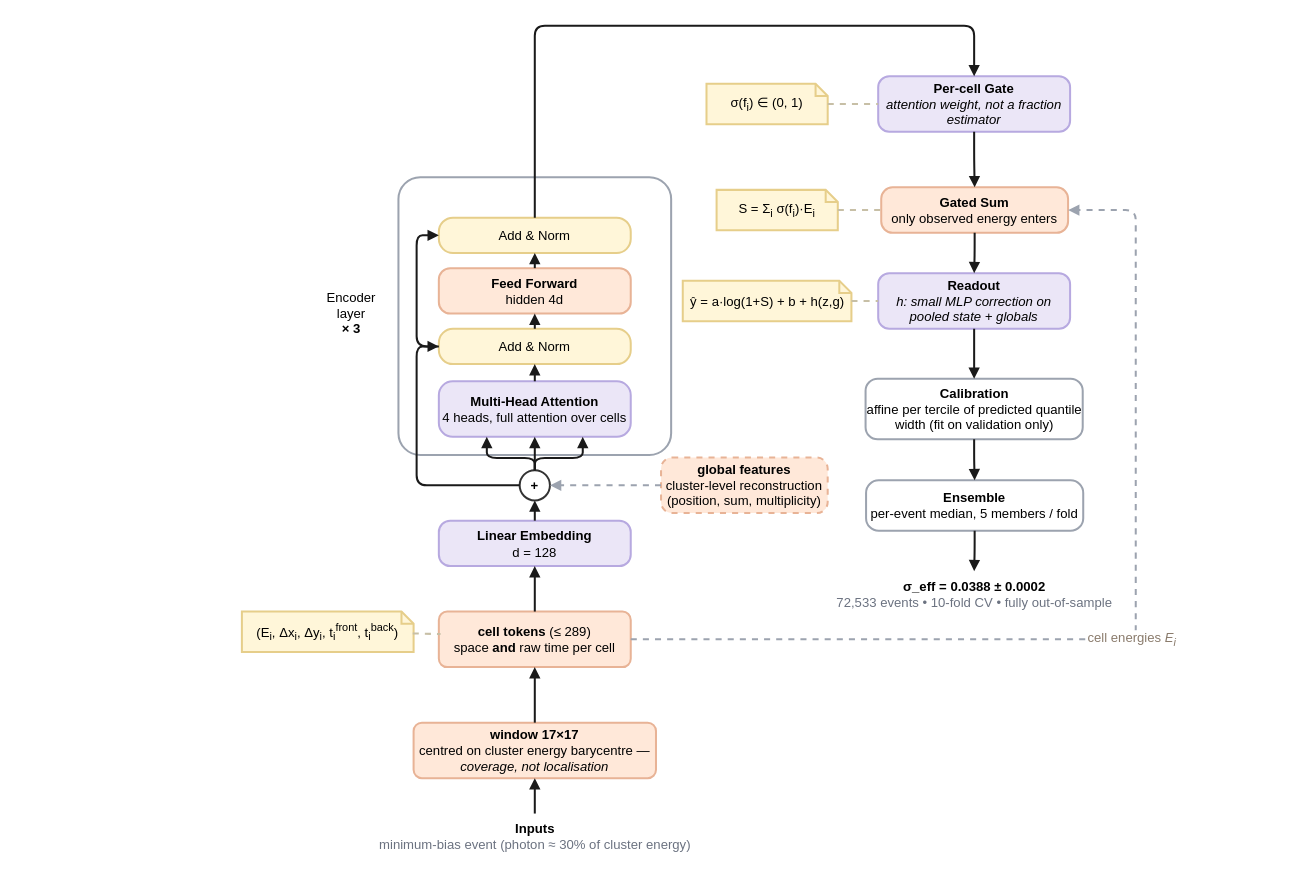
Lworakan/GSoC2026-picocal-spacetime-transformer keeps this draw.io diagram as paper/spacetformer.drawio. Above is the earlier version. Source tidied: cells renumbered, new cells numbered last; positions are measured from the earlier drawing's top-left corner, leaving out a move shared by most shapes. Both pictures are drawn from the tidied source at 101%, with x=0, y=0 at pixel (241, 25).
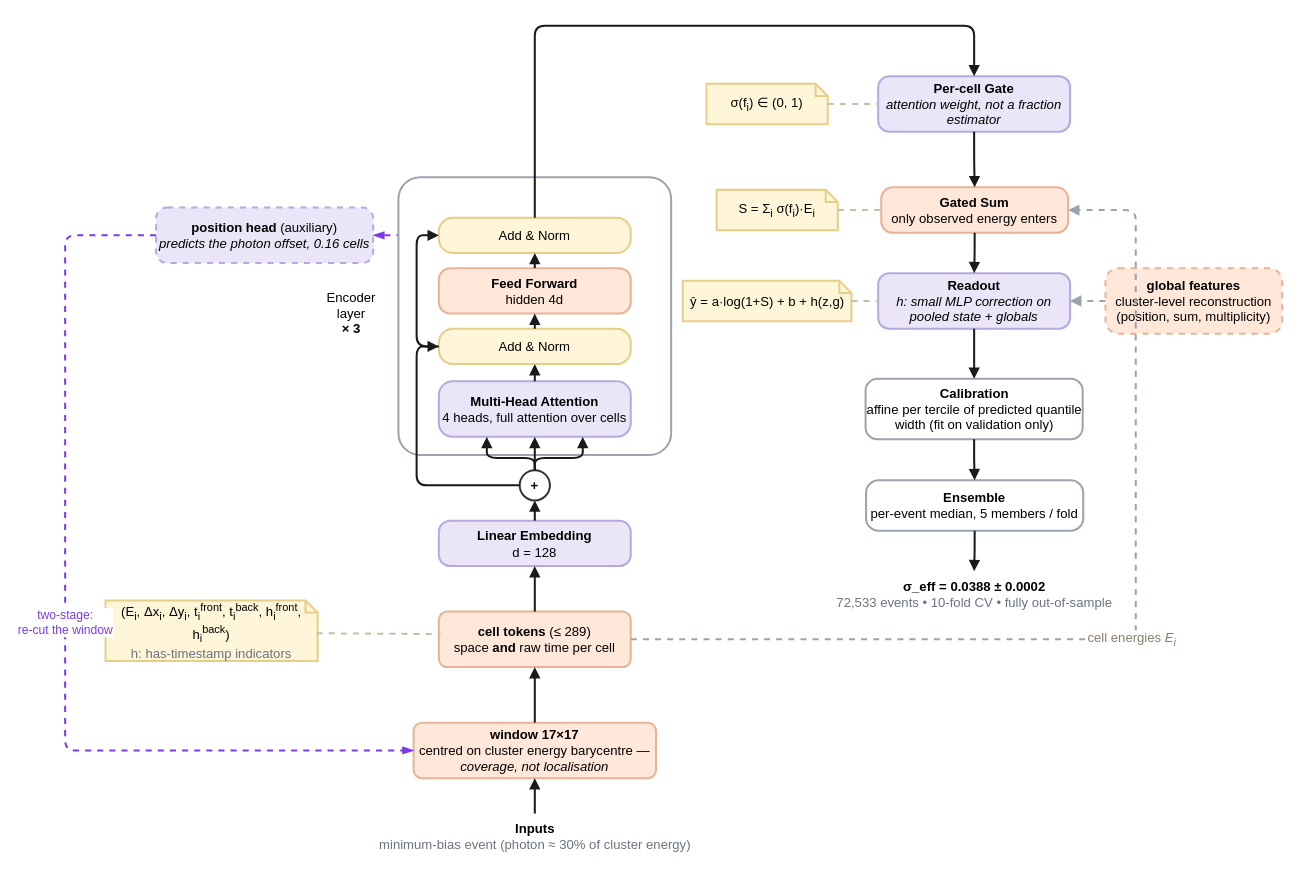
After the change.

Commit message (it also covers changes not shown here):
paper: two-stage section, 3D input figures, corrected architecture and citations

The change refers to these unchanged cells:
```xml
<mxCell id="3" value="&lt;b&gt;window 17×17&lt;/b&gt;&lt;br&gt;&lt;font&gt;centred on cluster energy barycentre — &lt;i&gt;coverage, not localisation&lt;/i&gt;&lt;/font&gt;" style="rounded=1;arcSize=15;whiteSpace=wrap;html=1;fillColor=#FFE8D9;strokeColor=#E8B396;fontSize=13;strokeWidth=2;" parent="1" vertex="1">
  <mxGeometry x="170" y="690" width="240" height="55" as="geometry" />
</mxCell>
<mxCell id="8" value="+" style="ellipse;whiteSpace=wrap;html=1;fillColor=#FFFFFF;strokeColor=#333333;fontSize=13;fontStyle=1;strokeWidth=2;" parent="1" vertex="1">
  <mxGeometry x="275" y="440" width="30" height="30" as="geometry" />
</mxCell>
<mxCell id="15" value="Add &amp;amp; Norm" style="rounded=1;arcSize=40;whiteSpace=wrap;html=1;fillColor=#FFF6D9;strokeColor=#E6CE8A;fontSize=13;strokeWidth=2;" parent="1" vertex="1">
  <mxGeometry x="195" y="190" width="190" height="35" as="geometry" />
</mxCell>
<mxCell id="22" value="&lt;b&gt;Readout&lt;/b&gt;&lt;br&gt;&lt;font&gt;&lt;i&gt;h: small MLP correction on pooled state + globals&lt;/i&gt;&lt;/font&gt;" style="rounded=1;arcSize=20;whiteSpace=wrap;html=1;fillColor=#EBE6F7;strokeColor=#B7A9E0;fontSize=13;strokeWidth=2;" parent="1" vertex="1">
  <mxGeometry x="630" y="245" width="190" height="55" as="geometry" />
</mxCell>
```

What changed in the source:
```diff
@@
-    <mxCell id="5" value="(E&lt;sub&gt;i&lt;/sub&gt;, Δx&lt;sub&gt;i&lt;/sub&gt;, Δy&lt;sub&gt;i&lt;/sub&gt;, t&lt;sub&gt;i&lt;/sub&gt;&lt;sup&gt;front&lt;/sup&gt;, t&lt;sub&gt;i&lt;/sub&gt;&lt;sup&gt;back&lt;/sup&gt;)" style="shape=note;whiteSpace=wrap;html=1;backgroundOutline=1;size=12;fillColor=#FFF6D9;strokeColor=#E6CE8A;fontSize=13;align=center;strokeWidth=2;" parent="1" vertex="1">
-      <mxGeometry y="580" width="170" height="40" as="geometry" />
+    <mxCell id="5" value="(E&lt;sub&gt;i&lt;/sub&gt;, Δx&lt;sub&gt;i&lt;/sub&gt;, Δy&lt;sub&gt;i&lt;/sub&gt;, t&lt;sub&gt;i&lt;/sub&gt;&lt;sup&gt;front&lt;/sup&gt;, t&lt;sub&gt;i&lt;/sub&gt;&lt;sup&gt;back&lt;/sup&gt;, h&lt;sub&gt;i&lt;/sub&gt;&lt;sup&gt;front&lt;/sup&gt;, h&lt;sub&gt;i&lt;/sub&gt;&lt;sup&gt;back&lt;/sup&gt;)&lt;br&gt;&lt;font color=&quot;#6B7280&quot;&gt;h: has-timestamp indicators&lt;/font&gt;" style="shape=note;whiteSpace=wrap;html=1;backgroundOutline=1;size=12;fillColor=#FFF6D9;strokeColor=#E6CE8A;fontSize=13;align=center;strokeWidth=2;" parent="1" vertex="1">
+      <mxGeometry x="-135" y="569" width="210" height="60" as="geometry" />
     </mxCell>
@@
+    <mxCell id="48" value="&lt;b&gt;position head&lt;/b&gt; (auxiliary)&lt;br&gt;&lt;font&gt;&lt;i&gt;predicts the photon offset, 0.16 cells&lt;/i&gt;&lt;/font&gt;" style="rounded=1;arcSize=20;whiteSpace=wrap;html=1;fillColor=#EBE6F7;strokeColor=#B7A9E0;dashed=1;fontSize=13;strokeWidth=2;" parent="1" vertex="1">
+      <mxGeometry x="-85" y="180" width="215" height="55" as="geometry" />
+    </mxCell>
+    <mxCell id="49" style="edgeStyle=orthogonalEdgeStyle;rounded=1;html=1;strokeColor=#7C3AED;strokeWidth=2;dashed=1;endArrow=blockThin;endFill=1;fontSize=12;" parent="1" edge="1" source="15" target="48">
+      <mxGeometry relative="1" as="geometry" />
+    </mxCell>
+    <mxCell id="50" value="two-stage:&lt;br&gt;re-cut the window" style="edgeStyle=orthogonalEdgeStyle;rounded=1;html=1;strokeColor=#7C3AED;strokeWidth=2;dashed=1;endArrow=blockThin;endFill=1;fontSize=12;fontColor=#7C3AED;labelBackgroundColor=#FFFFFF;exitX=0;exitY=0.5;exitDx=0;exitDy=0;entryX=0;entryY=0.5;entryDx=0;entryDy=0;" parent="1" edge="1" source="48" target="3">
+      <mxGeometry relative="1" as="geometry">
+        <Array as="points">
+          <mxPoint x="-175" y="207" />
+          <mxPoint x="-175" y="717" />
+        </Array>
+      </mxGeometry>
+    </mxCell>
     <mxCell id="9" value="&lt;b&gt;global features&lt;/b&gt;&lt;br&gt;&lt;font&gt;cluster-level reconstruction (position, sum, multiplicity)&lt;/font&gt;" style="rounded=1;arcSize=20;whiteSpace=wrap;html=1;fillColor=#FFE8D9;strokeColor=#E8B396;dashed=1;fontSize=13;strokeWidth=2;" parent="1" vertex="1">
-      <mxGeometry x="415" y="427.5" width="165" height="55" as="geometry" />
+      <mxGeometry x="855" y="240" width="175" height="65" as="geometry" />
     </mxCell>
@@
-    <mxCell id="32" style="edgeStyle=orthogonalEdgeStyle;rounded=1;html=1;strokeColor=#9CA3AF;strokeWidth=2;dashed=1;endArrow=block;endFill=1;exitX=0;exitY=0.5;exitDx=0;exitDy=0;entryX=1;entryY=0.5;entryDx=0;entryDy=0;fontSize=13;" parent="1" edge="1" source="9" target="8">
+    <mxCell id="32" style="edgeStyle=orthogonalEdgeStyle;rounded=1;html=1;strokeColor=#9CA3AF;strokeWidth=2;dashed=1;endArrow=block;endFill=1;exitX=0;exitY=0.5;exitDx=0;exitDy=0;entryX=1;entryY=0.5;entryDx=0;entryDy=0;fontSize=13;" parent="1" edge="1" source="9" target="22">
       <mxGeometry relative="1" as="geometry" />
     </mxCell>
```
